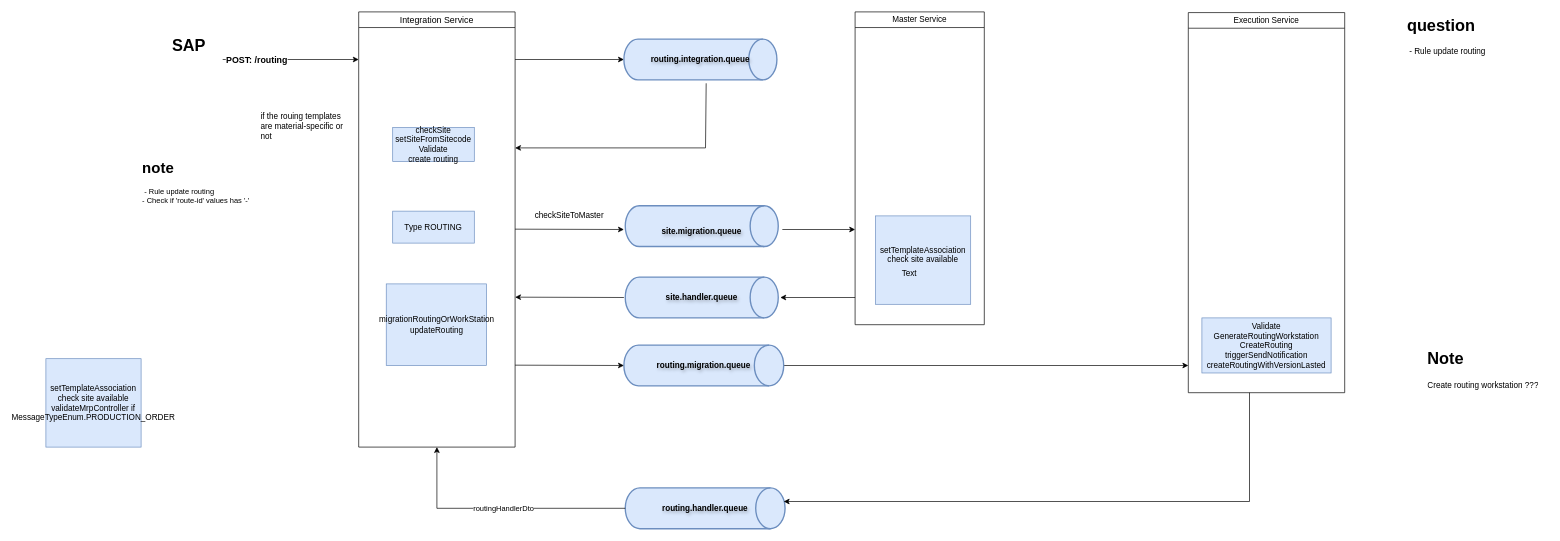
Earlier version of the draw.io diagram page "[GRID] Import Route" (4 of 10) of Workflow-Overview.drawio (tuankhoi2206/Draft-system-overview). Source tidied: cells renumbered, new cells numbered last; positions are measured from the earlier drawing's top-left corner, leaving out a move shared by most shapes. Both pictures are drawn from the tidied source at 68%, with x=0, y=0 at pixel (46, 12).
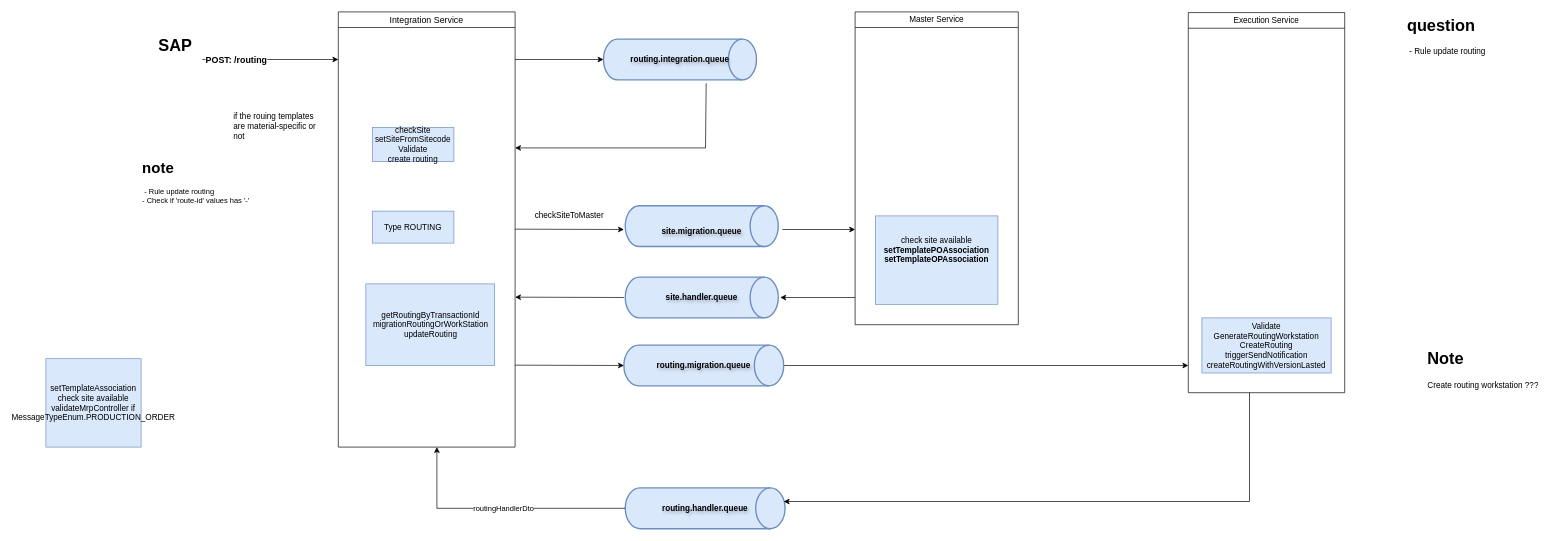
The same page after the edit.

Unchanged cells that the change refers to:
```xml
<mxCell id="32" value="routing.handler.queue" style="strokeWidth=2;html=1;shape=mxgraph.flowchart.direct_data;whiteSpace=wrap;fillColor=#dae8fc;strokeColor=#6c8ebf;fontStyle=1;textShadow=1;" parent="1" vertex="1">
  <mxGeometry x="852" y="700" width="235" height="60" as="geometry" />
</mxCell>
```

The edit, as a diff of the source:
```diff
@@
     <mxCell id="3" value="SAP" style="text;strokeColor=none;fillColor=none;html=1;fontSize=24;fontStyle=1;verticalAlign=middle;align=center;" parent="1" vertex="1">
-      <mxGeometry x="160" y="30" width="100" height="40" as="geometry" />
+      <mxGeometry x="140" y="30" width="100" height="40" as="geometry" />
     </mxCell>
     <mxCell id="4" value="&lt;span style=&quot;font-weight: 400;&quot;&gt;Integration Service&lt;/span&gt;" style="swimlane;whiteSpace=wrap;html=1;fontSize=13;" parent="1" vertex="1">
-      <mxGeometry x="460" width="230" height="640" as="geometry" />
+      <mxGeometry x="430" width="260" height="640" as="geometry" />
     </mxCell>
@@
-    <mxCell id="8" value="migrationRoutingOrWorkStation&lt;div&gt;updateRouting&lt;/div&gt;" style="text;html=1;align=center;verticalAlign=middle;whiteSpace=wrap;rounded=0;fillColor=#dae8fc;strokeColor=#6c8ebf;" parent="4" vertex="1">
-      <mxGeometry x="40.5" y="400" width="147.5" height="120" as="geometry" />
+    <mxCell id="8" value="&lt;div&gt;getRoutingByTransactionId&lt;/div&gt;migrationRoutingOrWorkStation&lt;div&gt;updateRouting&lt;/div&gt;" style="text;html=1;align=center;verticalAlign=middle;whiteSpace=wrap;rounded=0;fillColor=#dae8fc;strokeColor=#6c8ebf;" parent="4" vertex="1">
+      <mxGeometry x="40.5" y="400" width="189.5" height="120" as="geometry" />
     </mxCell>
-    <mxCell id="9" style="endArrow=classic;html=1;rounded=0;exitX=1;exitY=1;exitDx=0;exitDy=0;" parent="1" edge="1" source="3">
+    <mxCell id="9" style="endArrow=classic;html=1;rounded=0;exitX=1;exitY=1;exitDx=0;exitDy=0;" parent="1" edge="1">
       <mxGeometry relative="1" as="geometry">
-        <mxPoint x="460" y="70" as="targetPoint" />
+        <mxPoint x="230" y="70" as="sourcePoint" />
+        <mxPoint x="430" y="70" as="targetPoint" />
       </mxGeometry>
     </mxCell>
@@
     <mxCell id="15" value="&lt;span style=&quot;font-weight: 400;&quot;&gt;Master Service&lt;/span&gt;" style="swimlane;whiteSpace=wrap;html=1;" parent="1" vertex="1">
-      <mxGeometry x="1190" width="190" height="460" as="geometry" />
+      <mxGeometry x="1190" width="240" height="460" as="geometry" />
     </mxCell>
-    <mxCell id="16" value="&lt;div&gt;&lt;span style=&quot;background-color: initial;&quot;&gt;setTemplateAssociation&lt;/span&gt;&lt;/div&gt;&lt;div&gt;&lt;span style=&quot;background-color: initial;&quot;&gt;check site available&lt;/span&gt;&lt;/div&gt;&lt;div&gt;&lt;br&gt;&lt;/div&gt;" style="text;html=1;align=center;verticalAlign=middle;whiteSpace=wrap;rounded=0;fillColor=#dae8fc;strokeColor=#6c8ebf;" parent="15" vertex="1">
-      <mxGeometry x="30" y="300" width="140" height="130" as="geometry" />
+    <mxCell id="16" value="&lt;div&gt;check site available&lt;span style=&quot;background-color: initial; color: light-dark(rgb(0, 0, 0), rgb(255, 255, 255));&quot;&gt;&lt;b&gt;&lt;/b&gt;&lt;/span&gt;&lt;/div&gt;&lt;div&gt;&lt;span style=&quot;background-color: initial; color: light-dark(rgb(0, 0, 0), rgb(255, 255, 255));&quot;&gt;&lt;b&gt;setTemplatePOAssociation&lt;/b&gt;&lt;/span&gt;&lt;/div&gt;&lt;div&gt;&lt;span style=&quot;background-color: initial;&quot;&gt;&lt;b&gt;setTemplateOPAssociation&lt;/b&gt;&lt;/span&gt;&lt;/div&gt;&lt;div&gt;&lt;br&gt;&lt;/div&gt;&lt;div&gt;&lt;br&gt;&lt;/div&gt;" style="text;html=1;align=center;verticalAlign=middle;whiteSpace=wrap;rounded=0;fillColor=#dae8fc;strokeColor=#6c8ebf;" parent="15" vertex="1">
+      <mxGeometry x="30" y="300" width="180" height="130" as="geometry" />
     </mxCell>
@@
     <mxCell id="28" value="if the rouing templates are material-specific or not" style="text;strokeColor=none;fillColor=none;align=left;verticalAlign=top;spacingLeft=4;spacingRight=4;overflow=hidden;whiteSpace=wrap;html=1;" parent="1" vertex="1">
-      <mxGeometry x="310" y="140" width="140" height="50" as="geometry" />
+      <mxGeometry x="270" y="140" width="140" height="50" as="geometry" />
     </mxCell>
@@
-    <mxCell id="35" style="endArrow=classic;html=1;rounded=0;entryX=0.5;entryY=1;entryDx=0;entryDy=0;exitX=0;exitY=0.5;exitDx=0;exitDy=0;exitPerimeter=0;" parent="1" edge="1" source="32" target="4">
+    <mxCell id="35" style="endArrow=classic;html=1;rounded=0;exitX=0;exitY=0.5;exitDx=0;exitDy=0;exitPerimeter=0;" parent="1" edge="1" source="32">
       <mxGeometry relative="1" as="geometry">
+        <mxPoint x="575" y="640" as="targetPoint" />
         <Array as="points">
           <mxPoint x="575" y="730" />
         </Array>
       </mxGeometry>
     </mxCell>
@@
-    <mxCell id="37" value="Text" style="text;html=1;align=center;verticalAlign=middle;whiteSpace=wrap;rounded=0;" parent="1" vertex="1">
-      <mxGeometry x="1240" y="370" width="60" height="30" as="geometry" />
-    </mxCell>
```
